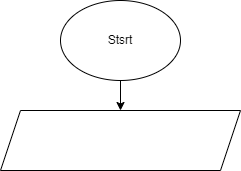
TayaInakova/Fina_test_work_-1_quarter- keeps this draw.io diagram as FinalTest/Test.drawio.png. Above is the earlier version. Source tidied: cells renumbered, new cells last; positions are measured from the earlier drawing's top-left corner, leaving out a move shared by most shapes.
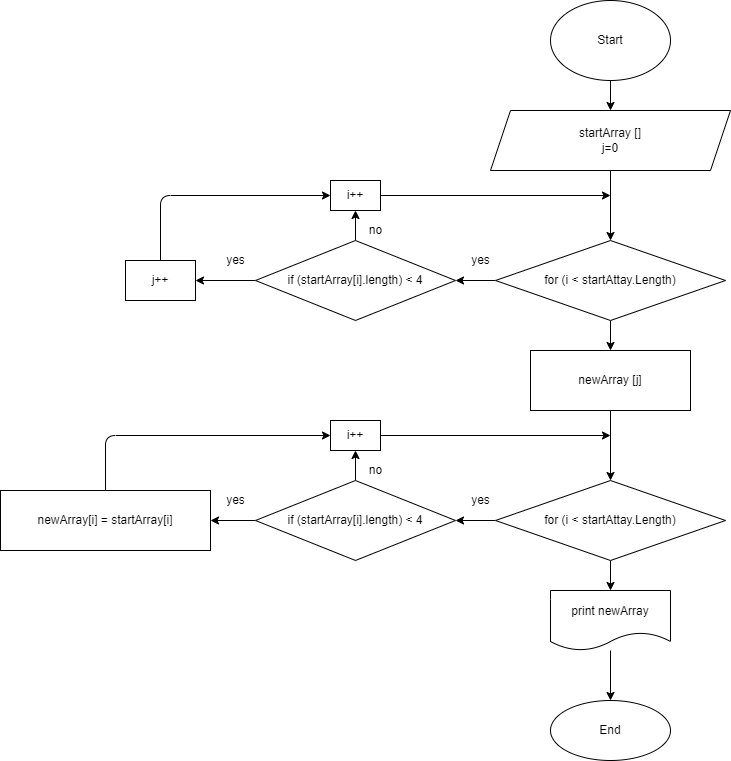
The same diagram one commit later.

Commit message:
Update block diagram

Change to the diagram source:
```diff
@@ -5,11 +5,121 @@
     <mxCell id="2" style="edgeStyle=none;html=1;" parent="1" edge="1" source="3" target="4">
       <mxGeometry relative="1" as="geometry" />
     </mxCell>
-    <mxCell id="3" value="Stsrt" style="ellipse;whiteSpace=wrap;html=1;" parent="1" vertex="1">
+    <mxCell id="3" value="Start" style="ellipse;whiteSpace=wrap;html=1;" parent="1" vertex="1">
       <mxGeometry x="60" width="120" height="80" as="geometry" />
     </mxCell>
+    <mxCell id="5" style="edgeStyle=none;html=1;" parent="1" edge="1" source="4" target="8">
+      <mxGeometry relative="1" as="geometry" />
+    </mxCell>
-    <mxCell id="4" style="shape=parallelogram;perimeter=parallelogramPerimeter;whiteSpace=wrap;html=1;fixedSize=1;" parent="1" vertex="1">
+    <mxCell id="4" value="startArray []&lt;br&gt;j=0" style="shape=parallelogram;perimeter=parallelogramPerimeter;whiteSpace=wrap;html=1;fixedSize=1;" parent="1" vertex="1">
       <mxGeometry y="110" width="240" height="60" as="geometry" />
     </mxCell>
+    <mxCell id="6" style="edgeStyle=none;html=1;" parent="1" edge="1" source="8" target="11">
+      <mxGeometry relative="1" as="geometry" />
+    </mxCell>
+    <mxCell id="7" style="edgeStyle=none;html=1;" parent="1" edge="1" source="8" target="13">
+      <mxGeometry relative="1" as="geometry" />
+    </mxCell>
+    <mxCell id="8" value="for (i &amp;lt; startAttay.Length)" style="rhombus;whiteSpace=wrap;html=1;" parent="1" vertex="1">
+      <mxGeometry x="5" y="240" width="230" height="80" as="geometry" />
+    </mxCell>
+    <mxCell id="9" style="edgeStyle=none;html=1;" parent="1" edge="1" source="11" target="15">
+      <mxGeometry relative="1" as="geometry" />
+    </mxCell>
+    <mxCell id="10" style="edgeStyle=none;html=1;" parent="1" edge="1" source="11" target="18">
+      <mxGeometry relative="1" as="geometry" />
+    </mxCell>
+    <mxCell id="11" value="if (startArray[i].length) &amp;lt; 4" style="rhombus;whiteSpace=wrap;html=1;" parent="1" vertex="1">
+      <mxGeometry x="-235" y="240" width="200" height="80" as="geometry" />
+    </mxCell>
+    <mxCell id="12" value="yes" style="text;html=1;align=center;verticalAlign=middle;strokeColor=none;fillColor=none;" parent="1" vertex="1">
+      <mxGeometry x="-25" y="250" width="30" height="20" as="geometry" />
+    </mxCell>
+    <mxCell id="13" value="newArray [j]" style="whiteSpace=wrap;html=1;" parent="1" vertex="1">
+      <mxGeometry x="40" y="350" width="160" height="60" as="geometry" />
+    </mxCell>
+    <mxCell id="14" style="edgeStyle=none;html=1;exitX=1;exitY=0.5;exitDx=0;exitDy=0;" parent="1" edge="1" source="15">
+      <mxGeometry relative="1" as="geometry">
+        <mxPoint x="120" y="195" as="targetPoint" />
+      </mxGeometry>
+    </mxCell>
+    <mxCell id="15" value="i++" style="whiteSpace=wrap;html=1;" parent="1" vertex="1">
+      <mxGeometry x="-160" y="180" width="50" height="30" as="geometry" />
+    </mxCell>
+    <mxCell id="16" value="no" style="text;html=1;align=center;verticalAlign=middle;strokeColor=none;fillColor=none;" parent="1" vertex="1">
+      <mxGeometry x="-130" y="220" width="30" height="20" as="geometry" />
+    </mxCell>
+    <mxCell id="17" style="edgeStyle=none;html=1;exitX=0.5;exitY=0;exitDx=0;exitDy=0;entryX=0;entryY=0.5;entryDx=0;entryDy=0;" parent="1" edge="1" source="18" target="15">
+      <mxGeometry relative="1" as="geometry">
+        <Array as="points">
+          <mxPoint x="-330" y="195" />
+        </Array>
+      </mxGeometry>
+    </mxCell>
+    <mxCell id="18" value="j++" style="whiteSpace=wrap;html=1;" parent="1" vertex="1">
+      <mxGeometry x="-365" y="260" width="70" height="40" as="geometry" />
+    </mxCell>
+    <mxCell id="19" value="yes" style="text;html=1;align=center;verticalAlign=middle;strokeColor=none;fillColor=none;" parent="1" vertex="1">
+      <mxGeometry x="-270" y="250" width="30" height="20" as="geometry" />
+    </mxCell>
+    <mxCell id="20" style="edgeStyle=none;html=1;" parent="1" edge="1" target="23">
+      <mxGeometry relative="1" as="geometry">
+        <mxPoint x="120" y="410" as="sourcePoint" />
+      </mxGeometry>
+    </mxCell>
+    <mxCell id="21" style="edgeStyle=none;html=1;" parent="1" edge="1" source="23" target="26">
+      <mxGeometry relative="1" as="geometry" />
+    </mxCell>
+    <mxCell id="22" style="edgeStyle=none;html=1;" parent="1" edge="1" source="23" target="35">
+      <mxGeometry relative="1" as="geometry" />
+    </mxCell>
+    <mxCell id="23" value="for (i &amp;lt; startAttay.Length)" style="rhombus;whiteSpace=wrap;html=1;" parent="1" vertex="1">
+      <mxGeometry x="5" y="480" width="230" height="80" as="geometry" />
+    </mxCell>
+    <mxCell id="24" style="edgeStyle=none;html=1;" parent="1" edge="1" source="26" target="29">
+      <mxGeometry relative="1" as="geometry" />
+    </mxCell>
+    <mxCell id="25" style="edgeStyle=none;html=1;" parent="1" edge="1" source="26" target="33">
+      <mxGeometry relative="1" as="geometry" />
+    </mxCell>
+    <mxCell id="26" value="if (startArray[i].length) &amp;lt; 4" style="rhombus;whiteSpace=wrap;html=1;" parent="1" vertex="1">
+      <mxGeometry x="-235" y="480" width="200" height="80" as="geometry" />
+    </mxCell>
+    <mxCell id="27" value="yes" style="text;html=1;align=center;verticalAlign=middle;strokeColor=none;fillColor=none;" parent="1" vertex="1">
+      <mxGeometry x="-25" y="490" width="30" height="20" as="geometry" />
+    </mxCell>
+    <mxCell id="28" style="edgeStyle=none;html=1;exitX=1;exitY=0.5;exitDx=0;exitDy=0;" parent="1" edge="1" source="29">
+      <mxGeometry relative="1" as="geometry">
+        <mxPoint x="120" y="435" as="targetPoint" />
+      </mxGeometry>
+    </mxCell>
+    <mxCell id="29" value="i++" style="whiteSpace=wrap;html=1;" parent="1" vertex="1">
+      <mxGeometry x="-160" y="420" width="50" height="30" as="geometry" />
+    </mxCell>
+    <mxCell id="30" value="no" style="text;html=1;align=center;verticalAlign=middle;strokeColor=none;fillColor=none;" parent="1" vertex="1">
+      <mxGeometry x="-130" y="460" width="30" height="20" as="geometry" />
+    </mxCell>
+    <mxCell id="31" style="edgeStyle=none;html=1;exitX=0.5;exitY=0;exitDx=0;exitDy=0;entryX=0;entryY=0.5;entryDx=0;entryDy=0;" parent="1" edge="1" source="33" target="29">
+      <mxGeometry relative="1" as="geometry">
+        <Array as="points">
+          <mxPoint x="-385" y="435" />
+        </Array>
+      </mxGeometry>
+    </mxCell>
+    <mxCell id="32" value="yes" style="text;html=1;align=center;verticalAlign=middle;strokeColor=none;fillColor=none;" parent="1" vertex="1">
+      <mxGeometry x="-270" y="490" width="30" height="20" as="geometry" />
+    </mxCell>
+    <mxCell id="33" value="&lt;span&gt;newArray[i] = startArray[i]&lt;/span&gt;" style="rounded=0;whiteSpace=wrap;html=1;" parent="1" vertex="1">
+      <mxGeometry x="-490" y="490" width="210" height="60" as="geometry" />
+    </mxCell>
+    <mxCell id="34" style="edgeStyle=none;html=1;" parent="1" edge="1" source="35" target="36">
+      <mxGeometry relative="1" as="geometry" />
+    </mxCell>
+    <mxCell id="35" value="print newArray" style="shape=document;whiteSpace=wrap;html=1;boundedLbl=1;" parent="1" vertex="1">
+      <mxGeometry x="60" y="590" width="120" height="60" as="geometry" />
+    </mxCell>
+    <mxCell id="36" value="End" style="ellipse;whiteSpace=wrap;html=1;" parent="1" vertex="1">
+      <mxGeometry x="60" y="700" width="120" height="60" as="geometry" />
+    </mxCell>
   </root>
 </mxGraphModel>
```
